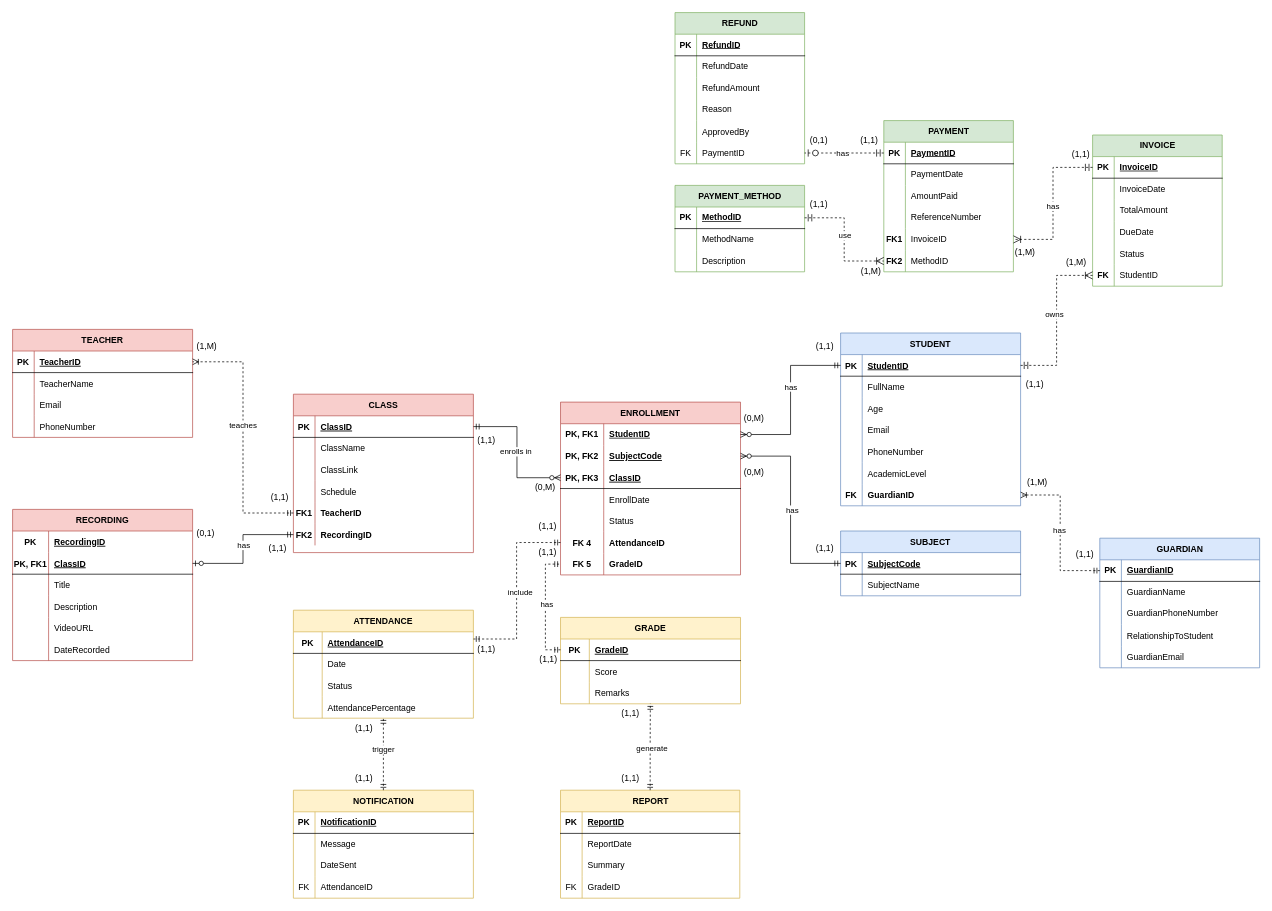
The draw.io diagram CMT221_Assignment.drawio in EzraChai/CMT221-Assignment, before the edit. Source tidied: cells renumbered, new cells numbered last; positions are measured from the earlier drawing's top-left corner, leaving out a move shared by most shapes. Both pictures are drawn from the tidied source at 72%, with x=0, y=0 at pixel (12, 12).
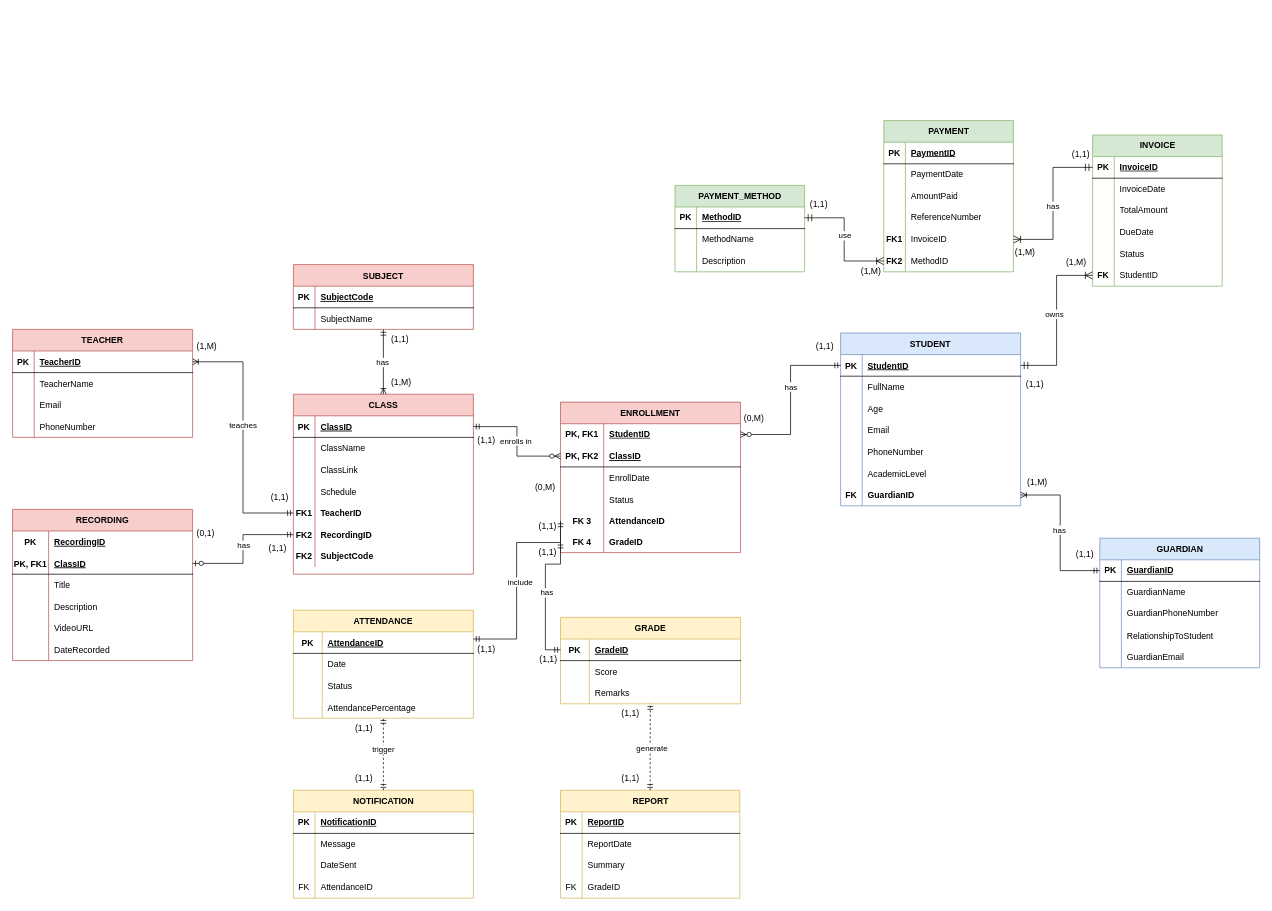
Above is the later version.

The change refers to these unchanged cells:
```xml
<mxCell id="25" style="shape=partialRectangle;fillColor=none;points=[[0,0.5],[1,0.5]];portConstraint=eastwest;top=0;left=0;right=0;bottom=1;" parent="24" vertex="1">
  <mxGeometry y="30" width="250" height="30" as="geometry" />
</mxCell>
<mxCell id="50" style="shape=partialRectangle;fillColor=none;points=[[0,0.5],[1,0.5]];portConstraint=eastwest;top=0;left=0;right=0;bottom=0;" parent="37" vertex="1">
  <mxGeometry y="150" width="250" height="30" as="geometry" />
</mxCell>
<mxCell id="88" style="shape=partialRectangle;fillColor=none;points=[[0,0.5],[1,0.5]];portConstraint=eastwest;top=0;left=0;right=0;bottom=1;" parent="87" vertex="1">
  <mxGeometry y="30" width="250" height="30" as="geometry" />
</mxCell>
<mxCell id="106" style="shape=tableRow;horizontal=0;startSize=0;swimlaneHead=0;swimlaneBody=0;fillColor=none;points=[[0,0.5],[1,0.5]];portConstraint=eastwest;top=0;left=0;right=0;bottom=0;" parent="87" vertex="1">
  <mxGeometry y="210" width="250" height="30" as="geometry" />
</mxCell>
<mxCell id="114" style="shape=partialRectangle;fillColor=none;points=[[0,0.5],[1,0.5]];portConstraint=eastwest;top=0;left=0;right=0;bottom=1;" parent="113" vertex="1">
  <mxGeometry y="30" width="250" height="30" as="geometry" />
</mxCell>
<mxCell id="117" style="shape=partialRectangle;fillColor=none;points=[[0,0.5],[1,0.5]];portConstraint=eastwest;top=0;left=0;right=0;bottom=0;" parent="113" vertex="1">
  <mxGeometry y="60" width="250" height="30" as="geometry" />
</mxCell>
<mxCell id="140" style="shape=partialRectangle;fillColor=none;points=[[0,0.5],[1,0.5]];portConstraint=eastwest;top=0;left=0;right=0;bottom=1;" parent="139" vertex="1">
  <mxGeometry y="30" width="250" height="30" as="geometry" />
</mxCell>
<mxCell id="152" style="shape=tableRow;horizontal=0;startSize=0;swimlaneHead=0;swimlaneBody=0;fillColor=none;points=[[0,0.5],[1,0.5]];portConstraint=eastwest;top=0;left=0;right=0;bottom=1;" parent="151" vertex="1">
  <mxGeometry y="30" width="222" height="30" as="geometry" />
</mxCell>
<mxCell id="172" style="shape=tableRow;horizontal=0;startSize=0;swimlaneHead=0;swimlaneBody=0;fillColor=none;points=[[0,0.5],[1,0.5]];portConstraint=eastwest;top=0;left=0;right=0;bottom=1;" parent="171" vertex="1">
  <mxGeometry y="30" width="180" height="30" as="geometry" />
</mxCell>
<mxCell id="187" style="shape=tableRow;horizontal=0;startSize=0;swimlaneHead=0;swimlaneBody=0;fillColor=none;points=[[0,0.5],[1,0.5]];portConstraint=eastwest;top=0;left=0;right=0;bottom=0;" parent="171" vertex="1">
  <mxGeometry y="180" width="180" height="30" as="geometry" />
</mxCell>
<mxCell id="194" style="shape=tableRow;horizontal=0;startSize=0;swimlaneHead=0;swimlaneBody=0;fillColor=none;points=[[0,0.5],[1,0.5]];portConstraint=eastwest;top=0;left=0;right=0;bottom=1;" parent="193" vertex="1">
  <mxGeometry y="30" width="180" height="30" as="geometry" />
</mxCell>
<mxCell id="206" style="shape=tableRow;horizontal=0;startSize=0;swimlaneHead=0;swimlaneBody=0;fillColor=none;points=[[0,0.5],[1,0.5]];portConstraint=eastwest;top=0;left=0;right=0;bottom=0;" parent="193" vertex="1">
  <mxGeometry y="150" width="180" height="30" as="geometry" />
</mxCell>
<mxCell id="209" style="shape=tableRow;horizontal=0;startSize=0;swimlaneHead=0;swimlaneBody=0;fillColor=none;points=[[0,0.5],[1,0.5]];portConstraint=eastwest;top=0;left=0;right=0;bottom=0;" parent="193" vertex="1">
  <mxGeometry y="180" width="180" height="30" as="geometry" />
</mxCell>
<mxCell id="215" style="shape=tableRow;horizontal=0;startSize=0;swimlaneHead=0;swimlaneBody=0;fillColor=none;points=[[0,0.5],[1,0.5]];portConstraint=eastwest;top=0;left=0;right=0;bottom=1;" parent="214" vertex="1">
  <mxGeometry y="30" width="180" height="30" as="geometry" />
</mxCell>
```

The edit, as a diff of the source:
```diff
@@
     <mxCell id="2" value="ENROLLMENT" style="shape=table;startSize=30;childLayout=tableLayout;rowLines=0;fontStyle=1;align=center;fillColor=#f8cecc;strokeColor=#b85450;" parent="1" vertex="1">
-      <mxGeometry x="761" y="541" width="250" height="240" as="geometry" />
+      <mxGeometry x="761" y="541" width="250" height="209" as="geometry" />
     </mxCell>
@@
-    <mxCell id="6" style="shape=partialRectangle;fillColor=none;points=[[0,0.5],[1,0.5]];portConstraint=eastwest;top=0;left=0;right=0;bottom=0;" parent="2" vertex="1">
-      <mxGeometry y="60" width="250" height="30" as="geometry" />
-    </mxCell>
-    <mxCell id="7" value="PK, FK2" style="shape=partialRectangle;overflow=hidden;fillColor=none;top=0;left=0;bottom=0;right=0;fontStyle=1;" parent="6" vertex="1">
-      <mxGeometry width="60" height="30" as="geometry" />
-    </mxCell>
-    <mxCell id="8" value="SubjectCode" style="shape=partialRectangle;overflow=hidden;fillColor=none;top=0;left=0;bottom=0;right=0;align=left;spacingLeft=6;fontStyle=5;" parent="6" vertex="1">
-      <mxGeometry x="60" width="190" height="30" as="geometry" />
-    </mxCell>
     <mxCell id="9" style="shape=partialRectangle;fillColor=none;points=[[0,0.5],[1,0.5]];portConstraint=eastwest;top=0;left=0;right=0;bottom=1;" parent="2" vertex="1">
-      <mxGeometry y="90" width="250" height="30" as="geometry" />
+      <mxGeometry y="60" width="250" height="30" as="geometry" />
     </mxCell>
-    <mxCell id="10" value="PK, FK3" style="shape=partialRectangle;overflow=hidden;fillColor=none;top=0;left=0;bottom=0;right=0;fontStyle=1;" parent="9" vertex="1">
+    <mxCell id="10" value="PK, FK2" style="shape=partialRectangle;overflow=hidden;fillColor=none;top=0;left=0;bottom=0;right=0;fontStyle=1;" parent="9" vertex="1">
       <mxGeometry width="60" height="30" as="geometry" />
     </mxCell>
@@
     <mxCell id="12" style="shape=partialRectangle;fillColor=none;top=0;left=0;right=0;bottom=0;" parent="2" vertex="1">
-      <mxGeometry y="120" width="250" height="30" as="geometry" />
+      <mxGeometry y="90" width="250" height="30" as="geometry" />
     </mxCell>
@@
     <mxCell id="15" style="shape=partialRectangle;fillColor=none;top=0;left=0;right=0;bottom=0;" parent="2" vertex="1">
-      <mxGeometry y="150" width="250" height="30" as="geometry" />
+      <mxGeometry y="120" width="250" height="30" as="geometry" />
     </mxCell>
@@
     <mxCell id="18" style="shape=partialRectangle;fillColor=none;points=[[0,0.5],[1,0.5]];portConstraint=eastwest;top=0;left=0;right=0;bottom=0;" parent="2" vertex="1">
-      <mxGeometry y="180" width="250" height="30" as="geometry" />
+      <mxGeometry y="150" width="250" height="30" as="geometry" />
     </mxCell>
-    <mxCell id="19" value="FK 4" style="shape=partialRectangle;overflow=hidden;fillColor=none;top=0;left=0;bottom=0;right=0;fontStyle=1;" parent="18" vertex="1">
+    <mxCell id="19" value="FK 3" style="shape=partialRectangle;overflow=hidden;fillColor=none;top=0;left=0;bottom=0;right=0;fontStyle=1;" parent="18" vertex="1">
       <mxGeometry width="60" height="30" as="geometry" />
     </mxCell>
@@
     <mxCell id="21" style="shape=partialRectangle;fillColor=none;points=[[0,0.5],[1,0.5]];portConstraint=eastwest;top=0;left=0;right=0;bottom=0;" parent="2" vertex="1">
-      <mxGeometry y="210" width="250" height="30" as="geometry" />
+      <mxGeometry y="180" width="250" height="29" as="geometry" />
     </mxCell>
-    <mxCell id="22" value="FK 5" style="shape=partialRectangle;overflow=hidden;fillColor=none;top=0;left=0;bottom=0;right=0;fontStyle=1;" parent="21" vertex="1">
-      <mxGeometry width="60" height="30" as="geometry" />
+    <mxCell id="22" value="FK 4" style="shape=partialRectangle;overflow=hidden;fillColor=none;top=0;left=0;bottom=0;right=0;fontStyle=1;" parent="21" vertex="1">
+      <mxGeometry width="60" height="29" as="geometry" />
     </mxCell>
     <mxCell id="23" value="GradeID" style="shape=partialRectangle;overflow=hidden;fillColor=none;top=0;left=0;bottom=0;right=0;align=left;spacingLeft=6;fontStyle=1;" parent="21" vertex="1">
-      <mxGeometry x="60" width="190" height="30" as="geometry" />
+      <mxGeometry x="60" width="190" height="29" as="geometry" />
     </mxCell>
@@
     <mxCell id="37" value="CLASS" style="shape=table;startSize=30;childLayout=tableLayout;rowLines=0;fontStyle=1;align=center;fillColor=#f8cecc;strokeColor=#b85450;" parent="1" vertex="1">
-      <mxGeometry x="390" y="530" width="250" height="220" as="geometry" />
+      <mxGeometry x="390" y="530" width="250" height="250" as="geometry" />
     </mxCell>
@@
+    <mxCell id="292" style="shape=partialRectangle;fillColor=none;top=0;left=0;right=0;bottom=0;" parent="37" vertex="1">
+      <mxGeometry y="210" width="250" height="30" as="geometry" />
+    </mxCell>
+    <mxCell id="293" value="FK2" style="shape=partialRectangle;overflow=hidden;fillColor=none;top=0;left=0;bottom=0;right=0;fontStyle=1;" parent="292" vertex="1">
+      <mxGeometry width="30" height="30" as="geometry" />
+    </mxCell>
+    <mxCell id="8" value="SubjectCode" style="shape=partialRectangle;overflow=hidden;fillColor=none;top=0;left=0;bottom=0;right=0;align=left;spacingLeft=6;fontStyle=1;" parent="292" vertex="1">
+      <mxGeometry x="30" width="220" height="30" as="geometry" />
+    </mxCell>
@@
-    <mxCell id="85" style="edgeStyle=orthogonalEdgeStyle;fontSize=12;html=1;endArrow=ERoneToMany;startArrow=ERmandOne;rounded=0;exitX=0;exitY=0.5;exitDx=0;exitDy=0;entryX=1;entryY=0.5;entryDx=0;entryDy=0;strokeColor=default;dashed=1;" parent="1" edge="1" source="50" target="25">
+    <mxCell id="85" style="edgeStyle=orthogonalEdgeStyle;fontSize=12;html=1;endArrow=ERoneToMany;startArrow=ERmandOne;rounded=0;exitX=0;exitY=0.5;exitDx=0;exitDy=0;entryX=1;entryY=0.5;entryDx=0;entryDy=0;strokeColor=default;" parent="1" edge="1" source="50" target="25">
       <mxGeometry relative="1" as="geometry" />
     </mxCell>
@@
     <mxCell id="111" value="(1,1)" style="text;strokeColor=none;fillColor=none;spacingLeft=4;spacingRight=4;overflow=hidden;fontSize=12;whiteSpace=wrap;html=1;" parent="1" vertex="1">
-      <mxGeometry x="1110" y="730" width="60" height="30" as="geometry" />
+      <mxGeometry x="520" y="440" width="60" height="30" as="geometry" />
     </mxCell>
@@
-    <mxCell id="113" value="SUBJECT" style="shape=table;startSize=30;childLayout=tableLayout;rowLines=0;fontStyle=1;align=center;fillColor=#dae8fc;strokeColor=#6c8ebf;" parent="1" vertex="1">
-      <mxGeometry x="1150" y="720" width="250" height="90" as="geometry" />
+    <mxCell id="113" value="SUBJECT" style="shape=table;startSize=30;childLayout=tableLayout;rowLines=0;fontStyle=1;align=center;fillColor=#f8cecc;strokeColor=#b85450;" parent="1" vertex="1">
+      <mxGeometry x="390" y="350" width="250" height="90" as="geometry" />
     </mxCell>
@@
-    <mxCell id="120" style="fontSize=12;html=1;endArrow=ERzeroToMany;startArrow=ERmandOne;rounded=0;exitX=0;exitY=0.5;exitDx=0;exitDy=0;entryX=1;entryY=0.5;entryDx=0;entryDy=0;edgeStyle=orthogonalEdgeStyle;" parent="1" edge="1" source="114" target="6">
+    <mxCell id="120" style="fontSize=12;html=1;endArrow=ERoneToMany;startArrow=ERmandOne;rounded=0;exitX=0.5;exitY=1;exitDx=0;exitDy=0;entryX=0.5;entryY=0;entryDx=0;entryDy=0;edgeStyle=orthogonalEdgeStyle;exitPerimeter=0;endFill=0;" parent="1" edge="1" source="117" target="37">
       <mxGeometry relative="1" as="geometry" />
     </mxCell>
@@
-    <mxCell id="123" value="(0,M)" style="text;strokeColor=none;fillColor=none;spacingLeft=4;spacingRight=4;overflow=hidden;fontSize=12;whiteSpace=wrap;html=1;" parent="1" vertex="1">
-      <mxGeometry x="1010" y="625" width="40" height="30" as="geometry" />
+    <mxCell id="123" value="(1,M)" style="text;strokeColor=none;fillColor=none;spacingLeft=4;spacingRight=4;overflow=hidden;fontSize=12;whiteSpace=wrap;html=1;" parent="1" vertex="1">
+      <mxGeometry x="520" y="500" width="40" height="30" as="geometry" />
     </mxCell>
@@
-    <mxCell id="137" style="edgeStyle=orthogonalEdgeStyle;fontSize=12;html=1;endArrow=ERmandOne;startArrow=ERmandOne;rounded=0;entryX=0;entryY=0.5;entryDx=0;entryDy=0;dashed=1;" parent="1" edge="1" target="18">
+    <mxCell id="137" style="edgeStyle=orthogonalEdgeStyle;fontSize=12;html=1;endArrow=ERmandOne;startArrow=ERmandOne;rounded=0;entryX=0;entryY=0.5;entryDx=0;entryDy=0;" parent="1" edge="1" target="18">
       <mxGeometry relative="1" as="geometry">
         <mxPoint x="640" y="870" as="sourcePoint" />
         <Array as="points">
           <mxPoint x="640" y="870" />
           <mxPoint x="700" y="870" />
           <mxPoint x="700" y="736" />
         </Array>
       </mxGeometry>
     </mxCell>
@@
-    <mxCell id="149" style="edgeStyle=orthogonalEdgeStyle;fontSize=12;html=1;endArrow=ERmandOne;startArrow=ERmandOne;rounded=0;entryX=0;entryY=0.5;entryDx=0;entryDy=0;exitX=0;exitY=0.5;exitDx=0;exitDy=0;dashed=1;" parent="1" edge="1" source="140" target="21">
+    <mxCell id="149" style="edgeStyle=orthogonalEdgeStyle;fontSize=12;html=1;endArrow=ERmandOne;startArrow=ERmandOne;rounded=0;entryX=0;entryY=0.5;entryDx=0;entryDy=0;exitX=0;exitY=0.5;exitDx=0;exitDy=0;" parent="1" edge="1" source="140" target="21">
       <mxGeometry relative="1" as="geometry">
         <Array as="points">
           <mxPoint x="740" y="885" />
           <mxPoint x="740" y="766" />
         </Array>
       </mxGeometry>
     </mxCell>
@@
-    <mxCell id="167" style="edgeStyle=orthogonalEdgeStyle;fontSize=12;html=1;endArrow=ERoneToMany;rounded=0;startArrow=ERmandOne;startFill=0;exitX=0;exitY=0.5;exitDx=0;exitDy=0;entryX=1;entryY=0.5;entryDx=0;entryDy=0;dashed=1;" parent="1" edge="1" source="152" target="106">
+    <mxCell id="167" style="edgeStyle=orthogonalEdgeStyle;fontSize=12;html=1;endArrow=ERoneToMany;rounded=0;startArrow=ERmandOne;startFill=0;exitX=0;exitY=0.5;exitDx=0;exitDy=0;entryX=1;entryY=0.5;entryDx=0;entryDy=0;" parent="1" edge="1" source="152" target="106">
       <mxGeometry relative="1" as="geometry" />
     </mxCell>
@@
-    <mxCell id="190" style="edgeStyle=orthogonalEdgeStyle;fontSize=12;html=1;endArrow=ERoneToMany;startArrow=ERmandOne;rounded=0;startSize=8;endSize=8;exitX=1;exitY=0.5;exitDx=0;exitDy=0;entryX=0;entryY=0.5;entryDx=0;entryDy=0;dashed=1;" parent="1" edge="1" source="88" target="187">
+    <mxCell id="190" style="edgeStyle=orthogonalEdgeStyle;fontSize=12;html=1;endArrow=ERoneToMany;startArrow=ERmandOne;rounded=0;startSize=8;endSize=8;exitX=1;exitY=0.5;exitDx=0;exitDy=0;entryX=0;entryY=0.5;entryDx=0;entryDy=0;" parent="1" edge="1" source="88" target="187">
       <mxGeometry relative="1" as="geometry" />
     </mxCell>
@@
-    <mxCell id="212" style="edgeStyle=orthogonalEdgeStyle;fontSize=12;html=1;endArrow=ERoneToMany;startArrow=ERmandOne;rounded=0;startSize=8;endSize=8;exitX=0;exitY=0.5;exitDx=0;exitDy=0;entryX=1;entryY=0.5;entryDx=0;entryDy=0;dashed=1;" parent="1" edge="1" source="172" target="206">
+    <mxCell id="212" style="edgeStyle=orthogonalEdgeStyle;fontSize=12;html=1;endArrow=ERoneToMany;startArrow=ERmandOne;rounded=0;startSize=8;endSize=8;exitX=0;exitY=0.5;exitDx=0;exitDy=0;entryX=1;entryY=0.5;entryDx=0;entryDy=0;" parent="1" edge="1" source="172" target="206">
       <mxGeometry relative="1" as="geometry" />
     </mxCell>
@@
-    <mxCell id="224" style="edgeStyle=orthogonalEdgeStyle;fontSize=12;html=1;endArrow=ERoneToMany;startArrow=ERmandOne;rounded=0;startSize=8;endSize=8;entryX=0;entryY=0.5;entryDx=0;entryDy=0;exitX=1;exitY=0.5;exitDx=0;exitDy=0;dashed=1;" parent="1" edge="1" source="215" target="209">
+    <mxCell id="224" style="edgeStyle=orthogonalEdgeStyle;fontSize=12;html=1;endArrow=ERoneToMany;startArrow=ERmandOne;rounded=0;startSize=8;endSize=8;entryX=0;entryY=0.5;entryDx=0;entryDy=0;exitX=1;exitY=0.5;exitDx=0;exitDy=0;" parent="1" edge="1" source="215" target="209">
       <mxGeometry relative="1" as="geometry" />
     </mxCell>
@@
-    <mxCell id="226" value="REFUND" style="shape=table;startSize=30;childLayout=tableLayout;rowLines=0;fontStyle=1;align=center;html=1;fillColor=#d5e8d4;strokeColor=#82b366;" parent="1" vertex="1">
-      <mxGeometry x="920" width="180" height="210" as="geometry" />
-    </mxCell>
-    <mxCell id="227" style="shape=tableRow;horizontal=0;startSize=0;swimlaneHead=0;swimlaneBody=0;fillColor=none;top=0;left=0;right=0;bottom=1;" parent="226" vertex="1">
-      <mxGeometry y="30" width="180" height="30" as="geometry" />
-    </mxCell>
-    <mxCell id="228" value="PK" style="shape=partialRectangle;fillColor=none;top=0;left=0;bottom=0;right=0;fontStyle=1;overflow=hidden;whiteSpace=wrap;html=1;" parent="227" vertex="1">
-      <mxGeometry width="30" height="30" as="geometry" />
-    </mxCell>
-    <mxCell id="229" value="RefundID" style="shape=partialRectangle;fillColor=none;top=0;left=0;bottom=0;right=0;align=left;spacingLeft=6;fontStyle=5;overflow=hidden;whiteSpace=wrap;html=1;" parent="227" vertex="1">
-      <mxGeometry x="30" width="150" height="30" as="geometry" />
-    </mxCell>
-    <mxCell id="230" style="shape=tableRow;horizontal=0;startSize=0;swimlaneHead=0;swimlaneBody=0;fillColor=none;top=0;left=0;right=0;bottom=0;" parent="226" vertex="1">
-      <mxGeometry y="60" width="180" height="30" as="geometry" />
-    </mxCell>
-    <mxCell id="231" style="shape=partialRectangle;fillColor=none;top=0;left=0;bottom=0;right=0;overflow=hidden;whiteSpace=wrap;html=1;" parent="230" vertex="1">
-      <mxGeometry width="30" height="30" as="geometry" />
-    </mxCell>
-    <mxCell id="232" value="RefundDate" style="shape=partialRectangle;fillColor=none;top=0;left=0;bottom=0;right=0;align=left;spacingLeft=6;overflow=hidden;whiteSpace=wrap;html=1;" parent="230" vertex="1">
-      <mxGeometry x="30" width="150" height="30" as="geometry" />
-    </mxCell>
-    <mxCell id="233" style="shape=tableRow;horizontal=0;startSize=0;swimlaneHead=0;swimlaneBody=0;fillColor=none;top=0;left=0;right=0;bottom=0;" parent="226" vertex="1">
-      <mxGeometry y="90" width="180" height="30" as="geometry" />
-    </mxCell>
-    <mxCell id="234" style="shape=partialRectangle;fillColor=none;top=0;left=0;bottom=0;right=0;overflow=hidden;whiteSpace=wrap;html=1;" parent="233" vertex="1">
-      <mxGeometry width="30" height="30" as="geometry" />
-    </mxCell>
-    <mxCell id="235" value="RefundAmount" style="shape=partialRectangle;fillColor=none;top=0;left=0;bottom=0;right=0;align=left;spacingLeft=6;overflow=hidden;whiteSpace=wrap;html=1;" parent="233" vertex="1">
-      <mxGeometry x="30" width="150" height="30" as="geometry" />
-    </mxCell>
-    <mxCell id="236" style="shape=tableRow;horizontal=0;startSize=0;swimlaneHead=0;swimlaneBody=0;fillColor=none;top=0;left=0;right=0;bottom=0;" parent="226" vertex="1">
-      <mxGeometry y="120" width="180" height="30" as="geometry" />
-    </mxCell>
-    <mxCell id="237" style="shape=partialRectangle;fillColor=none;top=0;left=0;bottom=0;right=0;overflow=hidden;whiteSpace=wrap;html=1;" parent="236" vertex="1">
-      <mxGeometry width="30" height="30" as="geometry" />
-    </mxCell>
-    <mxCell id="238" value="Reason" style="shape=partialRectangle;fillColor=none;top=0;left=0;bottom=0;right=0;align=left;spacingLeft=6;overflow=hidden;whiteSpace=wrap;html=1;" parent="236" vertex="1">
-      <mxGeometry x="30" width="150" height="30" as="geometry" />
-    </mxCell>
-    <mxCell id="239" style="shape=tableRow;horizontal=0;startSize=0;swimlaneHead=0;swimlaneBody=0;fillColor=none;top=0;left=0;right=0;bottom=0;" parent="226" vertex="1">
-      <mxGeometry y="150" width="180" height="30" as="geometry" />
-    </mxCell>
-    <mxCell id="240" style="shape=partialRectangle;fillColor=none;top=0;left=0;bottom=0;right=0;overflow=hidden;" parent="239" vertex="1">
-      <mxGeometry width="30" height="30" as="geometry" />
-    </mxCell>
-    <mxCell id="241" value="ApprovedBy" style="shape=partialRectangle;fillColor=none;top=0;left=0;bottom=0;right=0;align=left;spacingLeft=6;overflow=hidden;" parent="239" vertex="1">
-      <mxGeometry x="30" width="150" height="30" as="geometry" />
-    </mxCell>
-    <mxCell id="242" style="shape=tableRow;horizontal=0;startSize=0;swimlaneHead=0;swimlaneBody=0;fillColor=none;points=[[0,0.5],[1,0.5]];portConstraint=eastwest;top=0;left=0;right=0;bottom=0;" parent="226" vertex="1">
-      <mxGeometry y="180" width="180" height="30" as="geometry" />
-    </mxCell>
-    <mxCell id="243" value="FK" style="shape=partialRectangle;fillColor=none;top=0;left=0;bottom=0;right=0;fontStyle=0;overflow=hidden;whiteSpace=wrap;html=1;" parent="242" vertex="1">
-      <mxGeometry width="30" height="30" as="geometry" />
-    </mxCell>
-    <mxCell id="244" value="PaymentID" style="shape=partialRectangle;fillColor=none;top=0;left=0;bottom=0;right=0;align=left;spacingLeft=6;fontStyle=0;overflow=hidden;whiteSpace=wrap;html=1;" parent="242" vertex="1">
-      <mxGeometry x="30" width="150" height="30" as="geometry" />
-    </mxCell>
-    <mxCell id="245" style="fontSize=12;html=1;endArrow=ERzeroToOne;startArrow=ERmandOne;rounded=0;startSize=8;endSize=8;entryX=1;entryY=0.5;entryDx=0;entryDy=0;exitX=0;exitY=0.5;exitDx=0;exitDy=0;edgeStyle=orthogonalEdgeStyle;dashed=1;" parent="1" edge="1" source="194" target="242">
-      <mxGeometry relative="1" as="geometry" />
-    </mxCell>
-    <mxCell id="246" value="has" style="edgeLabel;html=1;align=center;verticalAlign=middle;" parent="245" vertex="1">
-      <mxGeometry x="0.06" y="-1" relative="1" as="geometry" />
-    </mxCell>
@@
-    <mxCell id="250" value="&lt;font style=&quot;font-size: 12px;&quot;&gt;(1,1)&lt;/font&gt;" style="text;html=1;whiteSpace=wrap;strokeColor=none;fillColor=none;align=center;verticalAlign=middle;rounded=0;fontSize=16;" parent="1" vertex="1">
-      <mxGeometry x="1160" y="160" width="60" height="30" as="geometry" />
-    </mxCell>
@@
-    <mxCell id="253" value="&lt;font style=&quot;font-size: 12px;&quot;&gt;(0,1)&lt;/font&gt;" style="text;html=1;whiteSpace=wrap;strokeColor=none;fillColor=none;align=center;verticalAlign=middle;rounded=0;fontSize=16;" parent="1" vertex="1">
-      <mxGeometry x="1090" y="160" width="60" height="30" as="geometry" />
-    </mxCell>
```
